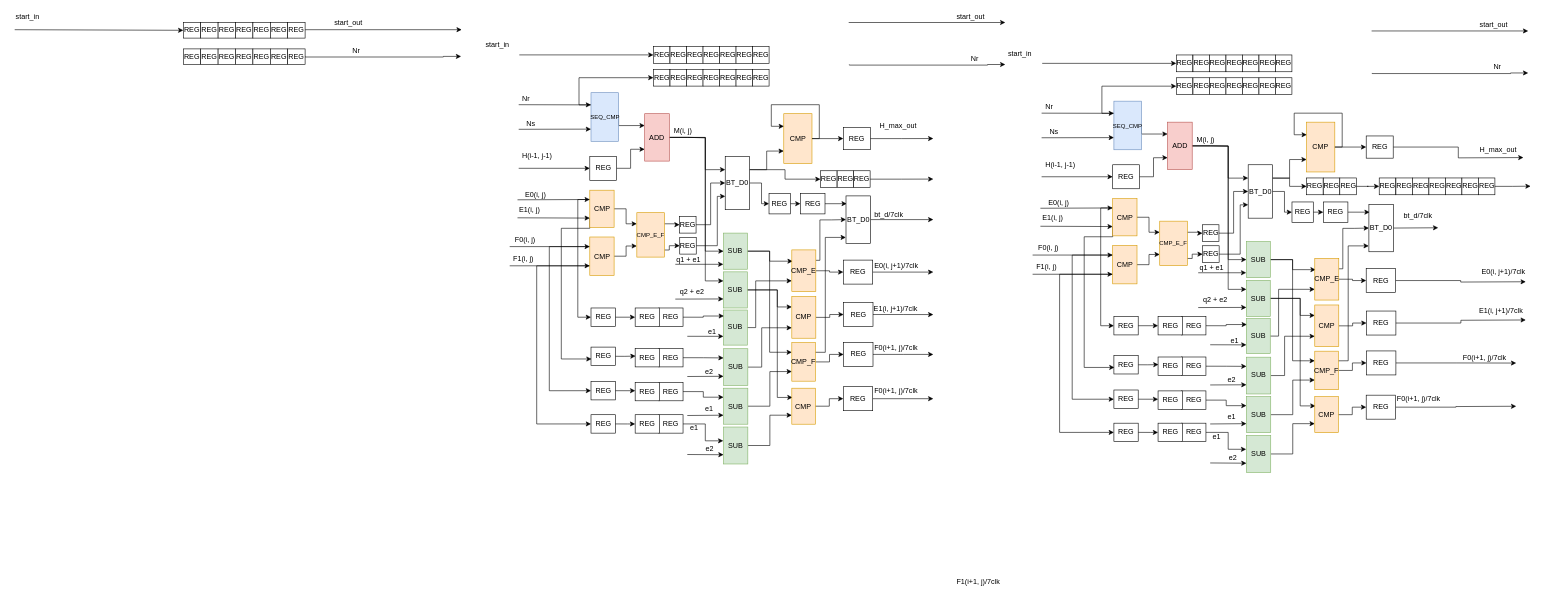
Above: page "PE0" (8 of 8) of FPGA_output.drawio in muguang123/drwaio (draw.io), before the change. Source tidied: cells renumbered, new cells numbered last; positions are measured from the earlier drawing's top-left corner, leaving out a move shared by most shapes. Both pictures are drawn from the tidied source at 60%, with x=0, y=0 at pixel (14, 10).
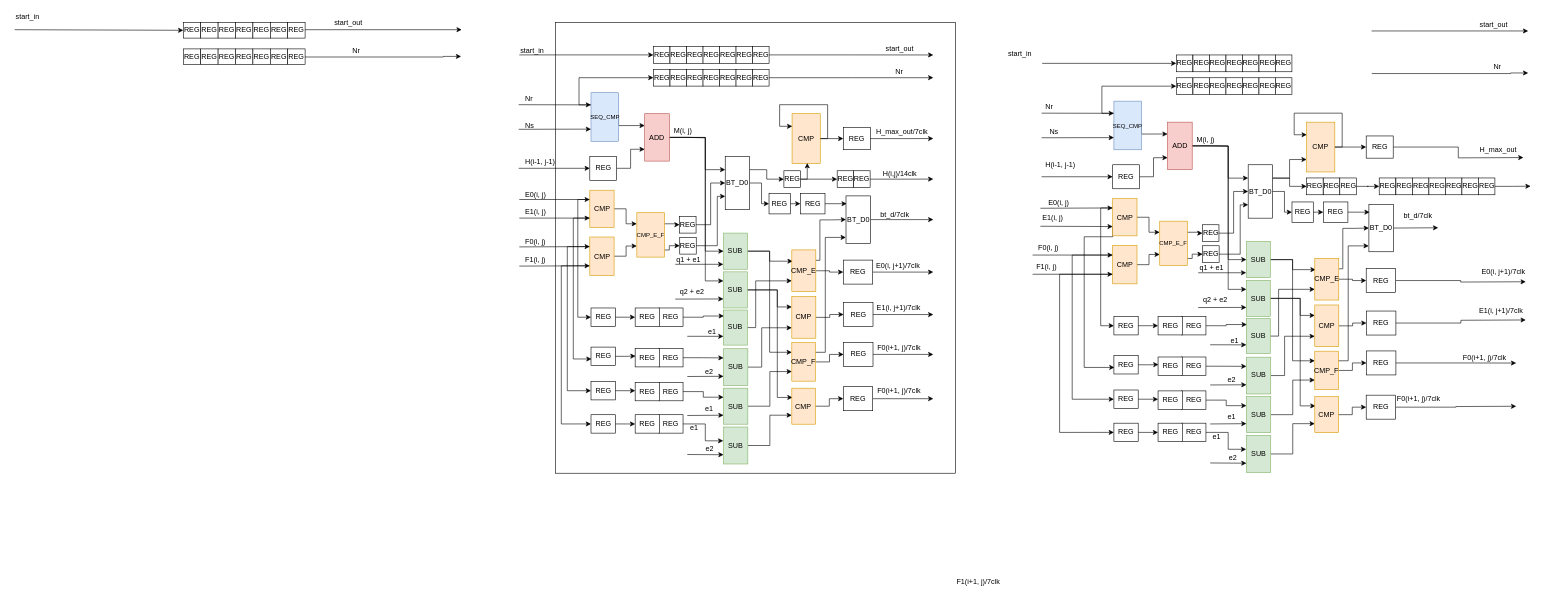
The same page after the edit.

Unchanged cells that the change refers to:
```xml
<mxCell id="20" value="CMP" style="rounded=0;whiteSpace=wrap;html=1;fillColor=#ffe6cc;strokeColor=#d79b00;" parent="1" vertex="1">
  <mxGeometry x="958.5" y="299.5" width="40.5" height="62" as="geometry" />
</mxCell>
<mxCell id="27" value="CMP" style="rounded=0;whiteSpace=wrap;html=1;fillColor=#ffe6cc;strokeColor=#d79b00;" parent="1" vertex="1">
  <mxGeometry x="958.5" y="377.5" width="40.5" height="64" as="geometry" />
</mxCell>
<mxCell id="67" value="BT_D0" style="rounded=0;whiteSpace=wrap;html=1;" parent="1" vertex="1">
  <mxGeometry x="1184.2" y="243" width="40.5" height="89" as="geometry" />
</mxCell>
<mxCell id="129" value="REG" style="rounded=0;whiteSpace=wrap;html=1;" parent="1" vertex="1">
  <mxGeometry x="1229.8" y="60" width="27.5" height="28" as="geometry" />
</mxCell>
<mxCell id="136" value="REG" style="rounded=0;whiteSpace=wrap;html=1;" parent="1" vertex="1">
  <mxGeometry x="1229.8" y="98" width="27.5" height="28" as="geometry" />
</mxCell>
<mxCell id="138" value="REG" style="rounded=0;whiteSpace=wrap;html=1;" parent="1" vertex="1">
  <mxGeometry x="1370.8" y="267.1" width="27.5" height="28" as="geometry" />
</mxCell>
<mxCell id="143" value="REG" style="rounded=0;whiteSpace=wrap;html=1;" parent="1" vertex="1">
  <mxGeometry x="960.5" y="618.3" width="40.5" height="30.7" as="geometry" />
</mxCell>
<mxCell id="145" value="REG" style="rounded=0;whiteSpace=wrap;html=1;" parent="1" vertex="1">
  <mxGeometry x="960.5" y="673.7" width="40.5" height="30.7" as="geometry" />
</mxCell>
<mxCell id="152" value="REG" style="rounded=0;whiteSpace=wrap;html=1;" parent="1" vertex="1">
  <mxGeometry x="960.5" y="561" width="40.5" height="30.7" as="geometry" />
</mxCell>
```

Diff of the diagram source:
```diff
@@
     <mxCell id="9" value="Ns" style="text;html=1;align=left;verticalAlign=top;spacingTop=-4;" parent="1" vertex="1">
-      <mxGeometry x="851" y="179" width="30" height="20" as="geometry" />
+      <mxGeometry x="849" y="181.6" width="30" height="20" as="geometry" />
     </mxCell>
@@
     <mxCell id="12" value="Nr" style="text;html=1;align=left;verticalAlign=top;spacingTop=-4;" parent="1" vertex="1">
-      <mxGeometry x="844" y="137" width="30" height="20" as="geometry" />
+      <mxGeometry x="849" y="137" width="30" height="20" as="geometry" />
     </mxCell>
@@
     <mxCell id="16" value="H(i-1, j-1)" style="text;html=1;align=left;verticalAlign=top;spacingTop=-4;" parent="1" vertex="1">
-      <mxGeometry x="844" y="233" width="70" height="20" as="geometry" />
+      <mxGeometry x="849" y="243" width="70" height="20" as="geometry" />
     </mxCell>
@@
     <mxCell id="19" style="edgeStyle=orthogonalEdgeStyle;rounded=0;jettySize=auto;html=1;exitX=0;exitY=0.75;exitDx=0;exitDy=0;entryX=0.021;entryY=0.645;entryDx=0;entryDy=0;entryPerimeter=0;" parent="1" edge="1" source="20" target="152">
       <mxGeometry relative="1" as="geometry">
         <Array as="points">
-          <mxPoint x="959" y="363" />
-          <mxPoint x="911" y="363" />
-          <mxPoint x="911" y="581" />
-          <mxPoint x="961" y="581" />
+          <mxPoint x="931" y="346" />
+          <mxPoint x="931" y="581" />
         </Array>
       </mxGeometry>
     </mxCell>
@@
     <mxCell id="21" value="E0(i, j)" style="text;html=1;align=left;verticalAlign=top;spacingTop=-4;" parent="1" vertex="1">
-      <mxGeometry x="849" y="296.5" width="50" height="20" as="geometry" />
+      <mxGeometry x="849" y="297.1" width="50" height="20" as="geometry" />
     </mxCell>
     <mxCell id="22" style="endArrow=classic;html=1;entryX=0;entryY=0.75;entryDx=0;entryDy=0;" parent="1" edge="1" target="20">
       <mxGeometry relative="1" as="geometry">
-        <mxPoint x="838" y="345.5" as="sourcePoint" />
+        <mxPoint x="841" y="346" as="sourcePoint" />
       </mxGeometry>
     </mxCell>
     <mxCell id="23" value="E1(i, j)" style="text;html=1;align=left;verticalAlign=top;spacingTop=-4;" parent="1" vertex="1">
-      <mxGeometry x="839" y="321.5" width="50" height="20" as="geometry" />
+      <mxGeometry x="849" y="326.1" width="50" height="20" as="geometry" />
     </mxCell>
@@
     <mxCell id="25" style="edgeStyle=orthogonalEdgeStyle;rounded=0;jettySize=auto;html=1;exitX=0;exitY=0.25;exitDx=0;exitDy=0;entryX=0;entryY=0.5;entryDx=0;entryDy=0;" parent="1" edge="1" source="27" target="143">
       <mxGeometry relative="1" as="geometry">
         <Array as="points">
-          <mxPoint x="891" y="394" />
-          <mxPoint x="891" y="634" />
+          <mxPoint x="921" y="394" />
+          <mxPoint x="921" y="634" />
         </Array>
       </mxGeometry>
     </mxCell>
     <mxCell id="26" style="edgeStyle=orthogonalEdgeStyle;rounded=0;jettySize=auto;html=1;exitX=0;exitY=0.75;exitDx=0;exitDy=0;entryX=0;entryY=0.5;entryDx=0;entryDy=0;" parent="1" edge="1" source="27" target="145">
       <mxGeometry relative="1" as="geometry">
         <Array as="points">
-          <mxPoint x="870" y="426" />
-          <mxPoint x="870" y="689" />
+          <mxPoint x="911" y="426" />
+          <mxPoint x="911" y="689" />
         </Array>
       </mxGeometry>
     </mxCell>
@@
     <mxCell id="28" value="F0(i, j)" style="text;html=1;align=left;verticalAlign=top;spacingTop=-4;" parent="1" vertex="1">
-      <mxGeometry x="832" y="372" width="50" height="20" as="geometry" />
+      <mxGeometry x="849" y="375.6" width="50" height="20" as="geometry" />
     </mxCell>
     <mxCell id="29" style="endArrow=classic;html=1;entryX=0;entryY=0.75;entryDx=0;entryDy=0;" parent="1" edge="1" target="27">
       <mxGeometry relative="1" as="geometry">
-        <mxPoint x="825" y="425.5" as="sourcePoint" />
+        <mxPoint x="841" y="426" as="sourcePoint" />
       </mxGeometry>
     </mxCell>
     <mxCell id="30" value="F1(i, j)" style="text;html=1;align=left;verticalAlign=top;spacingTop=-4;" parent="1" vertex="1">
-      <mxGeometry x="829" y="403.5" width="50" height="20" as="geometry" />
+      <mxGeometry x="849" y="406.1" width="50" height="20" as="geometry" />
     </mxCell>
@@
     <mxCell id="46" value="E0(i, j+1)/7clk" style="text;html=1;align=left;verticalAlign=top;spacingTop=-4;" parent="1" vertex="1">
-      <mxGeometry x="1430.5" y="415.6" width="90" height="20" as="geometry" />
+      <mxGeometry x="1433.5" y="416" width="90" height="20" as="geometry" />
     </mxCell>
@@
     <mxCell id="58" value="F0(i+1, j)/7clk" style="text;html=1;align=left;verticalAlign=top;spacingTop=-4;" parent="1" vertex="1">
-      <mxGeometry x="1430.5" y="551.9" width="90" height="20" as="geometry" />
+      <mxGeometry x="1435.5" y="551.9" width="90" height="20" as="geometry" />
     </mxCell>
@@
-    <mxCell id="66" style="edgeStyle=orthogonalEdgeStyle;rounded=0;jettySize=auto;html=1;exitX=1;exitY=0.25;exitDx=0;exitDy=0;entryX=0;entryY=0.75;entryDx=0;entryDy=0;" parent="1" edge="1" source="67" target="93">
-      <mxGeometry relative="1" as="geometry" />
-    </mxCell>
@@
     <mxCell id="82" value="bt_d/7clk" style="text;html=1;align=left;verticalAlign=top;spacingTop=-4;" parent="1" vertex="1">
-      <mxGeometry x="1430.5" y="330.6" width="60" height="20" as="geometry" />
+      <mxGeometry x="1440.5" y="330.6" width="60" height="20" as="geometry" />
     </mxCell>
     <mxCell id="83" style="endArrow=classic;html=1;entryX=0;entryY=0.25;entryDx=0;entryDy=0;" parent="1" edge="1" target="20">
       <mxGeometry relative="1" as="geometry">
-        <mxPoint x="838" y="315.5" as="sourcePoint" />
+        <mxPoint x="841" y="315" as="sourcePoint" />
       </mxGeometry>
     </mxCell>
     <mxCell id="84" style="endArrow=classic;html=1;entryX=0;entryY=0.25;entryDx=0;entryDy=0;" parent="1" edge="1" target="27">
       <mxGeometry relative="1" as="geometry">
-        <mxPoint x="825" y="393.5" as="sourcePoint" />
+        <mxPoint x="841" y="394" as="sourcePoint" />
       </mxGeometry>
     </mxCell>
-    <mxCell id="85" style="edgeStyle=orthogonalEdgeStyle;rounded=0;orthogonalLoop=1;jettySize=auto;html=1;exitX=1;exitY=0.5;exitDx=0;exitDy=0;" parent="1" edge="1">
-      <mxGeometry relative="1" as="geometry">
-        <mxPoint x="1391" y="90" as="sourcePoint" />
-        <mxPoint x="1651" y="90" as="targetPoint" />
-        <Array as="points">
-          <mxPoint x="1621.5" y="91" />
-        </Array>
-      </mxGeometry>
-    </mxCell>
     <mxCell id="86" value="Nr" style="text;html=1;align=left;verticalAlign=top;spacingTop=-4;" parent="1" vertex="1">
-      <mxGeometry x="1591.5" y="70" width="30" height="20" as="geometry" />
+      <mxGeometry x="1465.5" y="92.1" width="30" height="20" as="geometry" />
     </mxCell>
@@
-    <mxCell id="88" style="edgeStyle=orthogonalEdgeStyle;rounded=0;orthogonalLoop=1;jettySize=auto;html=1;exitX=1;exitY=0.5;exitDx=0;exitDy=0;" parent="1" edge="1">
-      <mxGeometry relative="1" as="geometry">
-        <mxPoint x="1390" y="20" as="sourcePoint" />
-        <mxPoint x="1651" y="20" as="targetPoint" />
-      </mxGeometry>
-    </mxCell>
@@
     <mxCell id="90" value="start_in" style="text;html=1;align=left;verticalAlign=top;spacingTop=-4;" parent="1" vertex="1">
-      <mxGeometry x="782.5" y="48" width="50" height="20" as="geometry" />
+      <mxGeometry x="841" y="58" width="50" height="20" as="geometry" />
     </mxCell>
     <mxCell id="91" value="start_out" style="text;html=1;align=left;verticalAlign=top;spacingTop=-4;" parent="1" vertex="1">
-      <mxGeometry x="1568" width="60" height="20" as="geometry" />
+      <mxGeometry x="1450" y="54.1" width="60" height="20" as="geometry" />
     </mxCell>
@@
     <mxCell id="93" value="CMP" style="rounded=0;whiteSpace=wrap;html=1;fillColor=#ffe6cc;strokeColor=#d79b00;" parent="1" vertex="1">
-      <mxGeometry x="1281.8" y="172" width="47" height="83" as="geometry" />
+      <mxGeometry x="1295.6" y="172" width="47" height="83" as="geometry" />
     </mxCell>
     <mxCell id="94" style="edgeStyle=orthogonalEdgeStyle;rounded=0;jettySize=auto;html=1;exitX=1;exitY=0.5;exitDx=0;exitDy=0;" parent="1" edge="1" source="93">
       <mxGeometry relative="1" as="geometry">
-        <mxPoint x="1282" y="193" as="targetPoint" />
+        <mxPoint x="1295.9" y="193" as="targetPoint" />
         <Array as="points">
-          <mxPoint x="1341" y="214" />
-          <mxPoint x="1341" y="157" />
-          <mxPoint x="1261" y="157" />
-          <mxPoint x="1261" y="193" />
+          <mxPoint x="1354.9" y="214" />
+          <mxPoint x="1354.9" y="157" />
+          <mxPoint x="1274.9" y="157" />
+          <mxPoint x="1274.9" y="193" />
         </Array>
       </mxGeometry>
     </mxCell>
@@
-    <mxCell id="97" value="H_max_out" style="text;html=1;align=left;verticalAlign=top;spacingTop=-4;" parent="1" vertex="1">
-      <mxGeometry x="1440" y="181.6" width="80" height="20" as="geometry" />
+    <mxCell id="97" value="H_max_out/7clk" style="text;html=1;align=left;verticalAlign=top;spacingTop=-4;" parent="1" vertex="1">
+      <mxGeometry x="1433.5" y="193.1" width="100" height="10" as="geometry" />
     </mxCell>
@@
     <mxCell id="103" value="E1(i, j+1)/7clk" style="text;html=1;align=left;verticalAlign=top;spacingTop=-4;" parent="1" vertex="1">
-      <mxGeometry x="1430" y="486.7" width="90" height="20" as="geometry" />
+      <mxGeometry x="1435" y="484.5" width="90" height="20" as="geometry" />
     </mxCell>
@@
+    <mxCell id="329" style="edgeStyle=orthogonalEdgeStyle;rounded=0;jettySize=auto;html=1;exitX=1;exitY=0.5;exitDx=0;exitDy=0;" parent="1" edge="1" source="129">
+      <mxGeometry relative="1" as="geometry">
+        <mxPoint x="1531" y="74.1" as="targetPoint" />
+      </mxGeometry>
+    </mxCell>
@@
+    <mxCell id="330" style="edgeStyle=orthogonalEdgeStyle;rounded=0;jettySize=auto;html=1;exitX=1;exitY=0.5;exitDx=0;exitDy=0;" parent="1" edge="1" source="136">
+      <mxGeometry relative="1" as="geometry">
+        <mxPoint x="1531" y="112" as="targetPoint" />
+      </mxGeometry>
+    </mxCell>
@@
+    <mxCell id="331" style="edgeStyle=orthogonalEdgeStyle;rounded=0;jettySize=auto;html=1;exitX=1;exitY=0.5;exitDx=0;exitDy=0;entryX=0;entryY=0.5;entryDx=0;entryDy=0;" parent="1" edge="1" source="137" target="138">
+      <mxGeometry relative="1" as="geometry" />
+    </mxCell>
+    <mxCell id="332" style="edgeStyle=orthogonalEdgeStyle;rounded=0;jettySize=auto;html=1;exitX=1;exitY=0.5;exitDx=0;exitDy=0;entryX=0.539;entryY=0.991;entryDx=0;entryDy=0;entryPerimeter=0;" parent="1" edge="1" source="137" target="93">
+      <mxGeometry relative="1" as="geometry" />
+    </mxCell>
     <mxCell id="137" value="REG" style="rounded=0;whiteSpace=wrap;html=1;" parent="1" vertex="1">
-      <mxGeometry x="1343" y="267.1" width="27.5" height="28" as="geometry" />
+      <mxGeometry x="1282" y="267.1" width="27.5" height="28" as="geometry" />
     </mxCell>
@@
     <mxCell id="167" value="F0(i+1, j)/7clk" style="text;html=1;align=left;verticalAlign=top;spacingTop=-4;" parent="1" vertex="1">
-      <mxGeometry x="1430.5" y="623.7" width="90" height="20" as="geometry" />
+      <mxGeometry x="1435.5" y="623.7" width="90" height="20" as="geometry" />
     </mxCell>
@@
+    <mxCell id="333" value="H(i,j)/14clk" style="text;html=1;align=center;verticalAlign=middle;" parent="1" vertex="1">
+      <mxGeometry x="1440" y="263" width="70" height="20" as="geometry" />
+    </mxCell>
+    <mxCell id="334" style="rounded=0;whiteSpace=wrap;html=1;fillColor=none;" parent="1" vertex="1">
+      <mxGeometry x="901" y="20" width="667" height="751.2" as="geometry" />
+    </mxCell>
```
